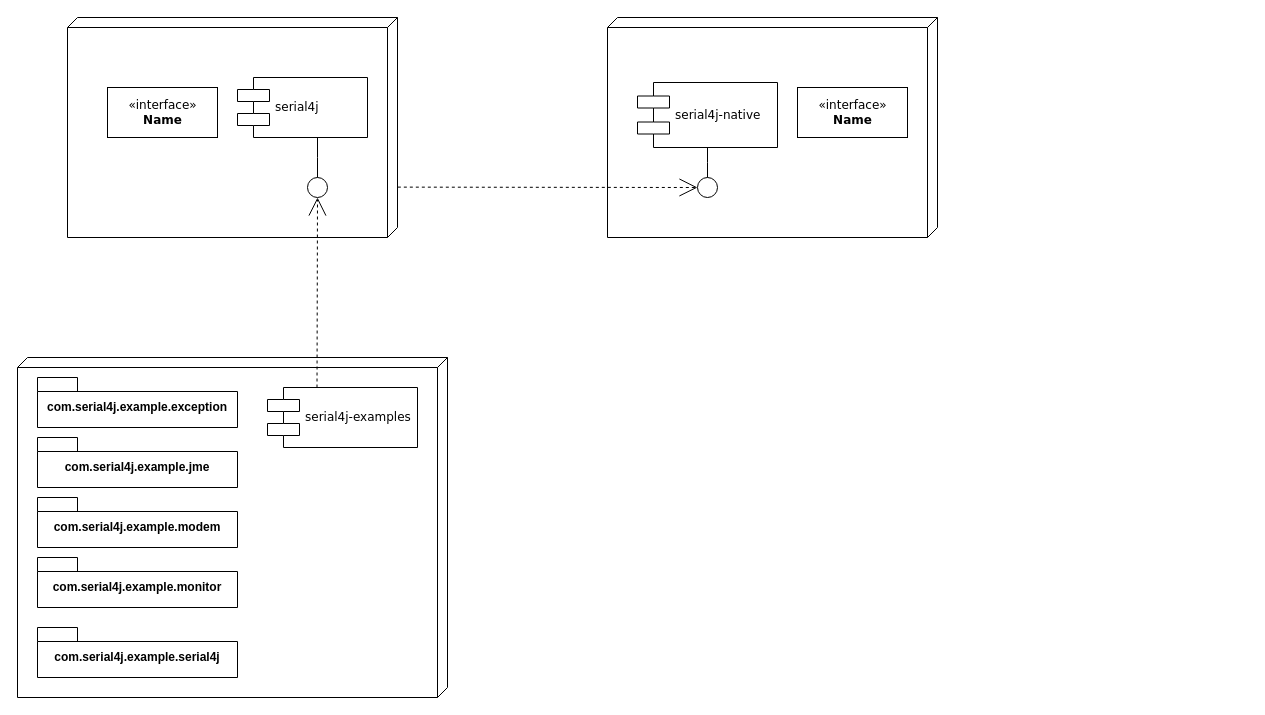
The draw.io diagram .repo-resources/abstraction-layer/byte-flow-architecture.drawio in Electrostat-Lab/Serial4j, before the edit. Source tidied: cells renumbered, new cells numbered last; positions are measured from the earlier drawing's top-left corner, leaving out a move shared by most shapes. Both pictures are drawn from the tidied source at 100%, with x=0, y=0 at pixel (17, 17).
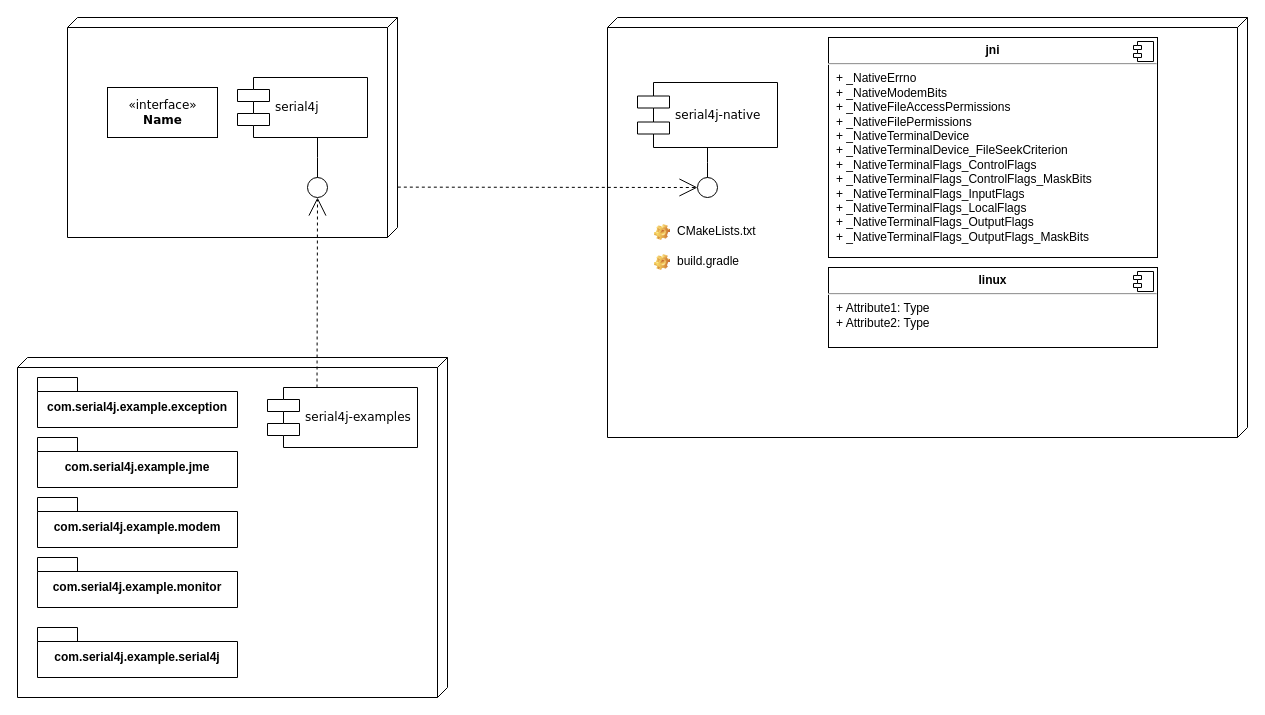
The same diagram, later.

Diff of the diagram source:
```diff
@@
     <mxCell id="3" style="verticalAlign=top;align=left;spacingTop=8;spacingLeft=2;spacingRight=12;shape=cube;size=10;direction=south;fontStyle=4;html=1;rounded=0;shadow=0;comic=0;labelBackgroundColor=none;strokeWidth=1;fontFamily=Verdana;fontSize=12;" parent="1" vertex="1">
-      <mxGeometry x="590" width="330" height="220" as="geometry" />
+      <mxGeometry x="590" width="640" height="420" as="geometry" />
     </mxCell>
@@
-    <mxCell id="9" value="&amp;laquo;interface&amp;raquo;&lt;br&gt;&lt;b&gt;Name&lt;/b&gt;" style="html=1;rounded=0;shadow=0;comic=0;labelBackgroundColor=none;strokeWidth=1;fontFamily=Verdana;fontSize=12;align=center;" parent="1" vertex="1">
-      <mxGeometry x="780" y="70" width="110" height="50" as="geometry" />
-    </mxCell>
@@
+    <mxCell id="21" value="CMakeLists.txt" style="label;fontStyle=0;strokeColor=none;fillColor=none;align=left;verticalAlign=top;overflow=hidden;spacingLeft=28;spacingRight=4;imageWidth=16;imageHeight=16;whiteSpace=wrap;html=1;image=img/clipart/Gear_128x128.png;" parent="1" vertex="1">
+      <mxGeometry x="630" y="200" width="140" height="30" as="geometry" />
+    </mxCell>
+    <mxCell id="22" value="build.gradle" style="label;fontStyle=0;strokeColor=none;fillColor=none;align=left;verticalAlign=top;overflow=hidden;spacingLeft=28;spacingRight=4;imageWidth=16;imageHeight=16;whiteSpace=wrap;html=1;image=img/clipart/Gear_128x128.png;" parent="1" vertex="1">
+      <mxGeometry x="630" y="230" width="140" height="30" as="geometry" />
+    </mxCell>
+    <mxCell id="23" value="&lt;p style=&quot;margin:0px;margin-top:6px;text-align:center;&quot;&gt;&lt;b&gt;linux&lt;/b&gt;&lt;/p&gt;&lt;hr&gt;&lt;p style=&quot;margin:0px;margin-left:8px;&quot;&gt;+ Attribute1: Type&lt;br&gt;+ Attribute2: Type&lt;/p&gt;" style="align=left;overflow=fill;html=1;whiteSpace=wrap;" parent="1" vertex="1">
+      <mxGeometry x="811" y="250" width="329" height="80" as="geometry" />
+    </mxCell>
+    <mxCell id="24" style="shape=component;jettyWidth=8;jettyHeight=4;" parent="23" vertex="1">
+      <mxGeometry x="1" width="20" height="20" relative="1" as="geometry">
+        <mxPoint x="-24" y="4" as="offset" />
+      </mxGeometry>
+    </mxCell>
+    <mxCell id="25" value="&lt;p style=&quot;margin:0px;margin-top:6px;text-align:center;&quot;&gt;&lt;b&gt;jni&lt;/b&gt;&lt;/p&gt;&lt;hr&gt;&lt;p style=&quot;margin:0px;margin-left:8px;&quot;&gt;+ _NativeErrno&lt;/p&gt;&lt;p style=&quot;margin:0px;margin-left:8px;&quot;&gt;+ _NativeModemBits&lt;/p&gt;&lt;p style=&quot;margin:0px;margin-left:8px;&quot;&gt;+ _NativeFileAccessPermissions&lt;/p&gt;&lt;p style=&quot;margin:0px;margin-left:8px;&quot;&gt;+ _NativeFilePermissions&lt;/p&gt;&lt;p style=&quot;margin:0px;margin-left:8px;&quot;&gt;+ _NativeTerminalDevice&lt;/p&gt;&lt;p style=&quot;margin:0px;margin-left:8px;&quot;&gt;+ _NativeTerminalDevice_FileSeekCriterion&lt;/p&gt;&lt;p style=&quot;margin:0px;margin-left:8px;&quot;&gt;+ _NativeTerminalFlags_ControlFlags&lt;/p&gt;&lt;p style=&quot;margin:0px;margin-left:8px;&quot;&gt;+ _NativeTerminalFlags_ControlFlags_MaskBits&lt;/p&gt;&lt;p style=&quot;margin:0px;margin-left:8px;&quot;&gt;+ _NativeTerminalFlags_InputFlags&lt;/p&gt;&lt;p style=&quot;margin:0px;margin-left:8px;&quot;&gt;+ _NativeTerminalFlags_LocalFlags&lt;/p&gt;&lt;p style=&quot;margin:0px;margin-left:8px;&quot;&gt;+ _NativeTerminalFlags_OutputFlags&lt;/p&gt;&lt;p style=&quot;margin:0px;margin-left:8px;&quot;&gt;+ _NativeTerminalFlags_OutputFlags_MaskBits&lt;/p&gt;" style="align=left;overflow=fill;html=1;whiteSpace=wrap;" parent="1" vertex="1">
+      <mxGeometry x="811" y="20" width="329" height="220" as="geometry" />
+    </mxCell>
+    <mxCell id="26" style="shape=component;jettyWidth=8;jettyHeight=4;" parent="25" vertex="1">
+      <mxGeometry x="1" width="20" height="20" relative="1" as="geometry">
+        <mxPoint x="-24" y="4" as="offset" />
+      </mxGeometry>
+    </mxCell>
```
